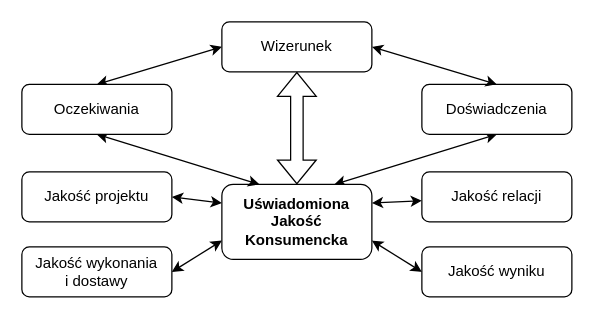
This is pomocnicze/robocze/Zintegrowany model 4Q Gummersona.drawio from JeanPaulSzefler/doktorat_git, a draw.io file, before an edit. Source tidied: cells renumbered, new cells numbered last; positions are measured from the earlier drawing's top-left corner, leaving out a move shared by most shapes. Both pictures are drawn from the tidied source at 125%, with x=0, y=0 at pixel (21, 21).
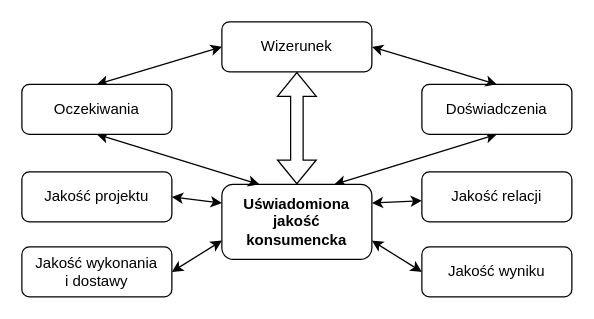
Above is the later version.

Change to the diagram source:
```diff
@@
 <mxGraphModel>
   <root>
     <mxCell id="0" />
     <mxCell id="1" parent="0" />
     <mxCell id="2" style="rounded=0;jettySize=auto;html=1;exitX=0.75;exitY=0;exitDx=0;exitDy=0;startArrow=classic;startFill=1;entryX=0.5;entryY=1;entryDx=0;entryDy=0;" parent="1" edge="1" source="6" target="7">
       <mxGeometry relative="1" as="geometry" />
     </mxCell>
     <mxCell id="3" style="rounded=0;jettySize=auto;html=1;exitX=0;exitY=0.25;exitDx=0;exitDy=0;entryX=1;entryY=0.5;entryDx=0;entryDy=0;startArrow=classic;startFill=1;" parent="1" edge="1" source="6" target="10">
       <mxGeometry relative="1" as="geometry" />
     </mxCell>
     <mxCell id="4" style="rounded=0;jettySize=auto;html=1;exitX=0;exitY=0.75;exitDx=0;exitDy=0;entryX=1;entryY=0.5;entryDx=0;entryDy=0;startArrow=classic;startFill=1;" parent="1" edge="1" source="6" target="9">
       <mxGeometry relative="1" as="geometry" />
     </mxCell>
     <mxCell id="5" style="rounded=0;jettySize=auto;html=1;exitX=1;exitY=0.75;exitDx=0;exitDy=0;entryX=0;entryY=0.5;entryDx=0;entryDy=0;startArrow=classic;startFill=1;" parent="1" edge="1" source="6" target="8">
       <mxGeometry relative="1" as="geometry" />
     </mxCell>
-    <mxCell id="6" value="&lt;b&gt;Uświadomiona Jakość&lt;br&gt;Konsumencka&lt;/b&gt;" style="rounded=1;whiteSpace=wrap;html=1;" parent="1" vertex="1">
+    <mxCell id="6" value="&lt;b&gt;Uświadomiona jakość&lt;br&gt;konsumencka&lt;/b&gt;" style="rounded=1;whiteSpace=wrap;html=1;" parent="1" vertex="1">
       <mxGeometry x="160" y="130" width="120" height="60" as="geometry" />
     </mxCell>
     <mxCell id="7" value="Doświadczenia" style="whiteSpace=wrap;html=1;rounded=1;" parent="1" vertex="1">
       <mxGeometry x="320" y="50" width="120" height="40" as="geometry" />
     </mxCell>
     <mxCell id="8" value="Jakość wyniku" style="whiteSpace=wrap;html=1;rounded=1;" parent="1" vertex="1">
       <mxGeometry x="320" y="180" width="120" height="40" as="geometry" />
     </mxCell>
     <mxCell id="9" value="Jakość wykonania&lt;br&gt;i dostawy" style="whiteSpace=wrap;html=1;rounded=1;" parent="1" vertex="1">
       <mxGeometry y="180" width="120" height="40" as="geometry" />
     </mxCell>
     <mxCell id="10" value="Jakość projektu" style="whiteSpace=wrap;html=1;rounded=1;" parent="1" vertex="1">
       <mxGeometry y="120" width="120" height="40" as="geometry" />
     </mxCell>
     <mxCell id="11" style="rounded=0;jettySize=auto;html=1;exitX=0.5;exitY=1;exitDx=0;exitDy=0;entryX=0.25;entryY=0;entryDx=0;entryDy=0;startArrow=classic;startFill=1;" parent="1" edge="1" source="13" target="6">
       <mxGeometry relative="1" as="geometry" />
     </mxCell>
     <mxCell id="12" style="rounded=0;jettySize=auto;html=1;exitX=0.5;exitY=0;exitDx=0;exitDy=0;entryX=0;entryY=0.5;entryDx=0;entryDy=0;startArrow=classic;startFill=1;" parent="1" edge="1" source="13" target="16">
       <mxGeometry relative="1" as="geometry" />
     </mxCell>
     <mxCell id="13" value="Oczekiwania" style="whiteSpace=wrap;html=1;rounded=1;" parent="1" vertex="1">
       <mxGeometry y="50" width="120" height="40" as="geometry" />
     </mxCell>
     <mxCell id="14" style="rounded=0;jettySize=auto;html=1;exitX=1;exitY=0.5;exitDx=0;exitDy=0;entryX=0.5;entryY=0;entryDx=0;entryDy=0;startArrow=classic;startFill=1;" parent="1" edge="1" source="16" target="7">
       <mxGeometry relative="1" as="geometry" />
     </mxCell>
     <mxCell id="15" style="edgeStyle=orthogonalEdgeStyle;rounded=0;jettySize=auto;html=1;exitX=0.5;exitY=1;exitDx=0;exitDy=0;entryX=0.5;entryY=0;entryDx=0;entryDy=0;shape=flexArrow;startArrow=block;" parent="1" edge="1" source="16" target="6">
       <mxGeometry relative="1" as="geometry" />
     </mxCell>
     <mxCell id="16" value="Wizerunek" style="whiteSpace=wrap;html=1;rounded=1;" parent="1" vertex="1">
       <mxGeometry x="160" width="120" height="40" as="geometry" />
     </mxCell>
     <mxCell id="17" style="rounded=0;jettySize=auto;html=1;exitX=1;exitY=0.25;exitDx=0;exitDy=0;startArrow=classic;startFill=1;" parent="1" edge="1" source="6" target="18">
       <mxGeometry relative="1" as="geometry" />
     </mxCell>
     <mxCell id="18" value="Jakość relacji" style="whiteSpace=wrap;html=1;rounded=1;" parent="1" vertex="1">
       <mxGeometry x="320" y="120" width="120" height="40" as="geometry" />
     </mxCell>
   </root>
 </mxGraphModel>
```
